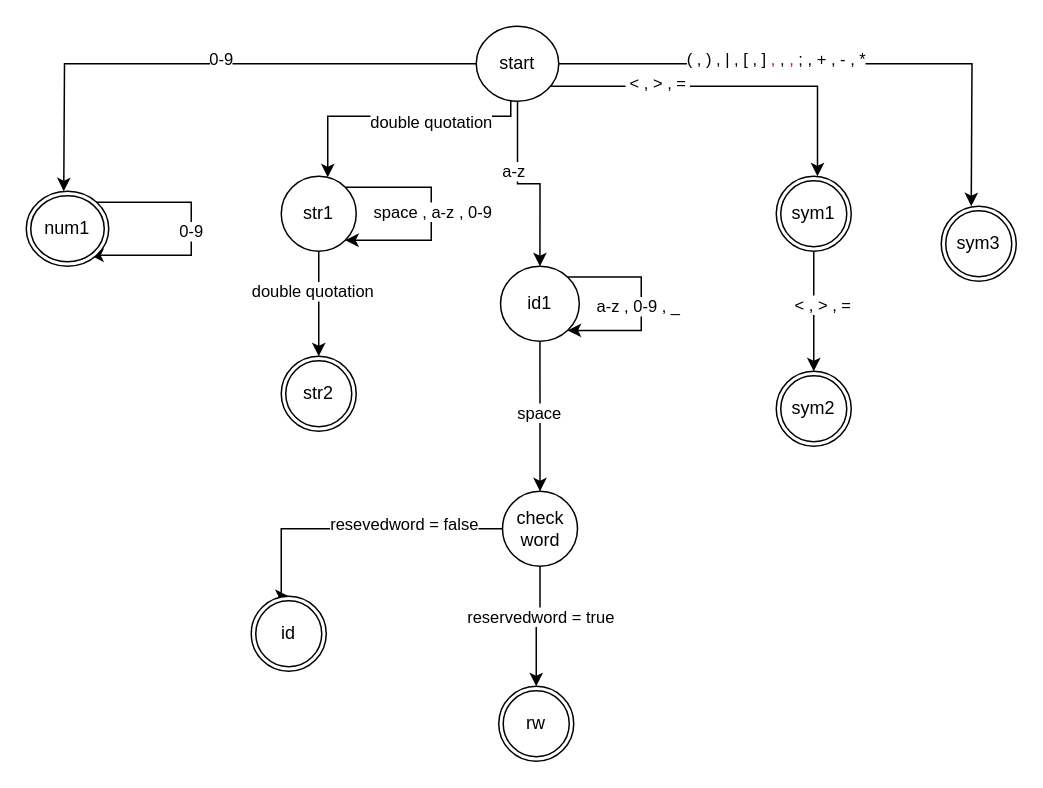
The draw.io diagram transition diagram.drawio in kasrafouladi/DSAproject, before the edit. Source tidied: cells renumbered, new cells numbered last; positions are measured from the earlier drawing's top-left corner, leaving out a move shared by most shapes. Both pictures are drawn from the tidied source at 150%, with x=0, y=0 at pixel (26, 26).
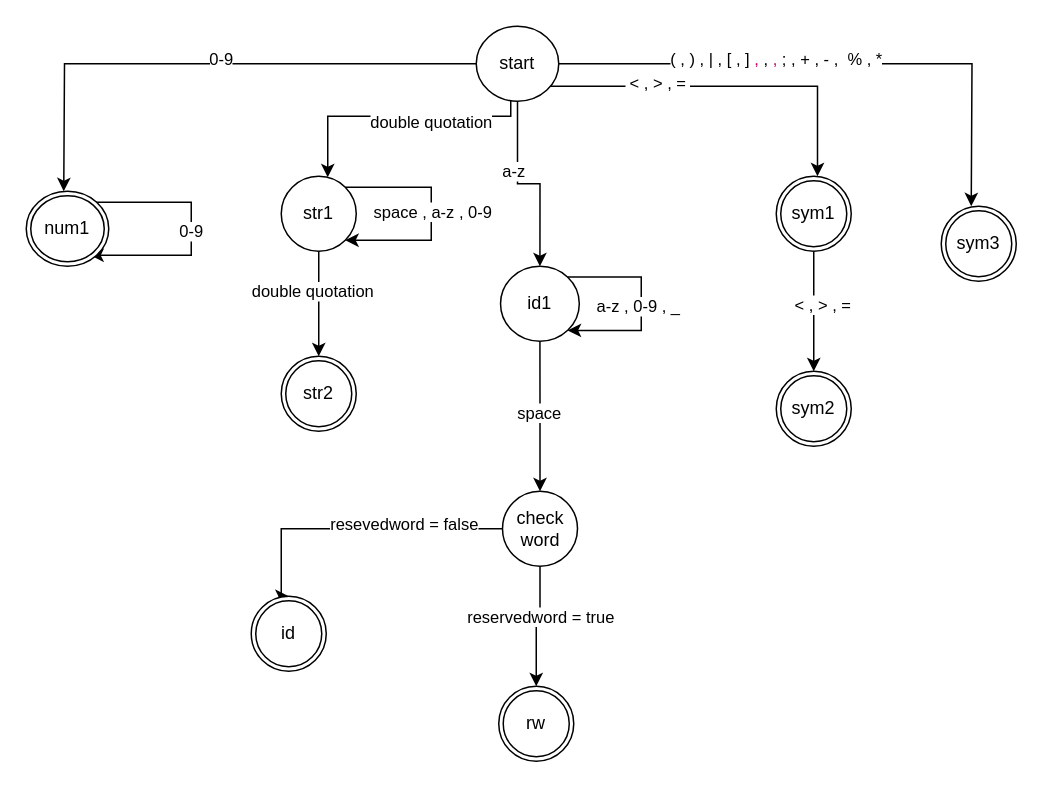
After the change.

Unchanged cells that the change refers to:
```xml
<mxCell id="10" style="edgeStyle=orthogonalEdgeStyle;rounded=0;jettySize=auto;html=1;" parent="1" edge="1" source="12">
  <mxGeometry relative="1" as="geometry">
    <mxPoint x="630" y="120" as="targetPoint" />
  </mxGeometry>
</mxCell>
```

Diff of the diagram source:
```diff
@@
-    <mxCell id="11" value="( , ) , | , [ , ] &lt;font color=&quot;#cc0066&quot;&gt;,&lt;/font&gt; ,&lt;font color=&quot;#cc0066&quot;&gt; ,&lt;/font&gt; ; , + , - , *" style="edgeLabel;html=1;align=center;verticalAlign=middle;" parent="10" vertex="1">
+    <mxCell id="11" value="( , ) , | , [ , ] &lt;font color=&quot;#cc0066&quot;&gt;,&lt;/font&gt; ,&lt;font color=&quot;#cc0066&quot;&gt; ,&lt;/font&gt; ; , + , - ,&amp;nbsp; % , *" style="edgeLabel;html=1;align=center;verticalAlign=middle;" parent="10" vertex="1">
       <mxGeometry x="-0.22" y="4" relative="1" as="geometry" />
     </mxCell>
```
